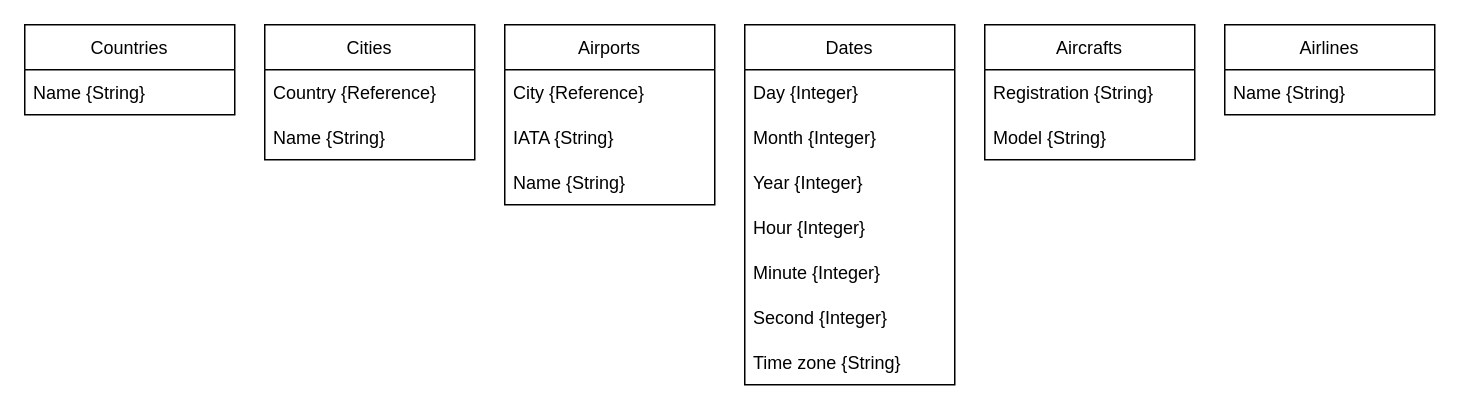
Earlier version of the draw.io diagram Backlog/BackEnd/Database/Diagram.drawio (BCNGEEKS/StoreFront). Source tidied: cells renumbered, new cells numbered last; positions are measured from the earlier drawing's top-left corner, leaving out a move shared by most shapes. Both pictures are drawn from the tidied source at 150%, with x=0, y=0 at pixel (24, 24).
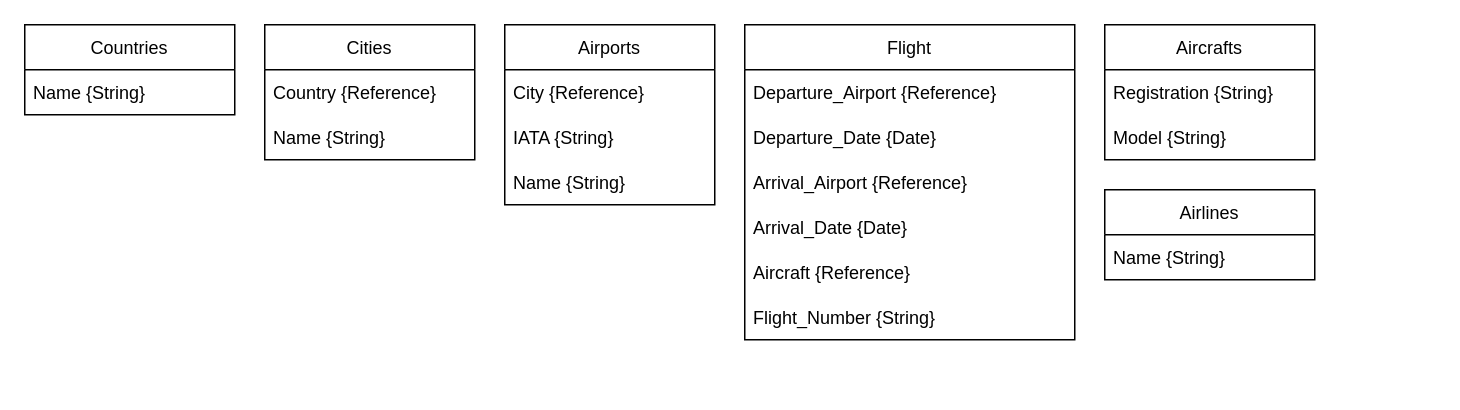
The same diagram, later.

The edit, as a diff of the source:
```diff
@@
-    <mxCell id="11" value="Dates" style="swimlane;fontStyle=0;horizontal=1;startSize=30;" parent="1" vertex="1">
-      <mxGeometry x="480" width="140" height="240" as="geometry" />
-    </mxCell>
-    <mxCell id="12" value="Day {Integer}" style="text;strokeColor=none;fillColor=none;align=left;verticalAlign=middle;spacingLeft=4;spacingRight=4;overflow=hidden;" parent="11" vertex="1">
-      <mxGeometry y="30" width="140" height="30" as="geometry" />
-    </mxCell>
-    <mxCell id="13" value="Month {Integer}" style="text;strokeColor=none;fillColor=none;align=left;verticalAlign=middle;spacingLeft=4;spacingRight=4;overflow=hidden;" parent="11" vertex="1">
-      <mxGeometry y="60" width="140" height="30" as="geometry" />
-    </mxCell>
-    <mxCell id="14" value="Year {Integer}" style="text;strokeColor=none;fillColor=none;align=left;verticalAlign=middle;spacingLeft=4;spacingRight=4;overflow=hidden;" parent="11" vertex="1">
-      <mxGeometry y="90" width="140" height="30" as="geometry" />
-    </mxCell>
-    <mxCell id="15" value="Hour {Integer}" style="text;strokeColor=none;fillColor=none;align=left;verticalAlign=middle;spacingLeft=4;spacingRight=4;overflow=hidden;" parent="11" vertex="1">
-      <mxGeometry y="120" width="140" height="30" as="geometry" />
-    </mxCell>
-    <mxCell id="16" value="Minute {Integer}" style="text;strokeColor=none;fillColor=none;align=left;verticalAlign=middle;spacingLeft=4;spacingRight=4;overflow=hidden;" parent="11" vertex="1">
-      <mxGeometry y="150" width="140" height="30" as="geometry" />
-    </mxCell>
-    <mxCell id="17" value="Second {Integer}" style="text;strokeColor=none;fillColor=none;align=left;verticalAlign=middle;spacingLeft=4;spacingRight=4;overflow=hidden;" parent="11" vertex="1">
-      <mxGeometry y="180" width="140" height="30" as="geometry" />
-    </mxCell>
-    <mxCell id="18" value="Time zone {String}" style="text;strokeColor=none;fillColor=none;align=left;verticalAlign=middle;spacingLeft=4;spacingRight=4;overflow=hidden;" parent="11" vertex="1">
-      <mxGeometry y="210" width="140" height="30" as="geometry" />
-    </mxCell>
     <mxCell id="19" value="Aircrafts" style="swimlane;fontStyle=0;horizontal=1;startSize=30;" parent="1" vertex="1">
-      <mxGeometry x="640" width="140" height="90" as="geometry" />
+      <mxGeometry x="720" width="140" height="90" as="geometry" />
     </mxCell>
@@
     <mxCell id="22" value="Airlines" style="swimlane;fontStyle=0;horizontal=1;startSize=30;" parent="1" vertex="1">
-      <mxGeometry x="800" width="140" height="60" as="geometry" />
+      <mxGeometry x="720" y="110" width="140" height="60" as="geometry" />
     </mxCell>
@@
+    <mxCell id="24" value="Flight" style="swimlane;fontStyle=0;horizontal=1;startSize=30;" parent="1" vertex="1">
+      <mxGeometry x="480" width="220" height="210" as="geometry" />
+    </mxCell>
+    <mxCell id="25" value="Departure_Airport {Reference}" style="text;strokeColor=none;fillColor=none;align=left;verticalAlign=middle;spacingLeft=4;spacingRight=4;overflow=hidden;" parent="24" vertex="1">
+      <mxGeometry y="30" width="220" height="30" as="geometry" />
+    </mxCell>
+    <mxCell id="26" value="Departure_Date {Date}" style="text;strokeColor=none;fillColor=none;align=left;verticalAlign=middle;spacingLeft=4;spacingRight=4;overflow=hidden;" parent="24" vertex="1">
+      <mxGeometry y="60" width="220" height="30" as="geometry" />
+    </mxCell>
+    <mxCell id="27" value="Arrival_Airport {Reference}" style="text;strokeColor=none;fillColor=none;align=left;verticalAlign=middle;spacingLeft=4;spacingRight=4;overflow=hidden;" parent="24" vertex="1">
+      <mxGeometry y="90" width="220" height="30" as="geometry" />
+    </mxCell>
+    <mxCell id="28" value="Arrival_Date {Date}" style="text;strokeColor=none;fillColor=none;align=left;verticalAlign=middle;spacingLeft=4;spacingRight=4;overflow=hidden;" parent="24" vertex="1">
+      <mxGeometry y="120" width="220" height="30" as="geometry" />
+    </mxCell>
+    <mxCell id="29" value="Aircraft {Reference}" style="text;strokeColor=none;fillColor=none;align=left;verticalAlign=middle;spacingLeft=4;spacingRight=4;overflow=hidden;" parent="24" vertex="1">
+      <mxGeometry y="150" width="220" height="30" as="geometry" />
+    </mxCell>
+    <mxCell id="30" value="Flight_Number {String}" style="text;strokeColor=none;fillColor=none;align=left;verticalAlign=middle;spacingLeft=4;spacingRight=4;overflow=hidden;" parent="24" vertex="1">
+      <mxGeometry y="180" width="220" height="30" as="geometry" />
+    </mxCell>
```
